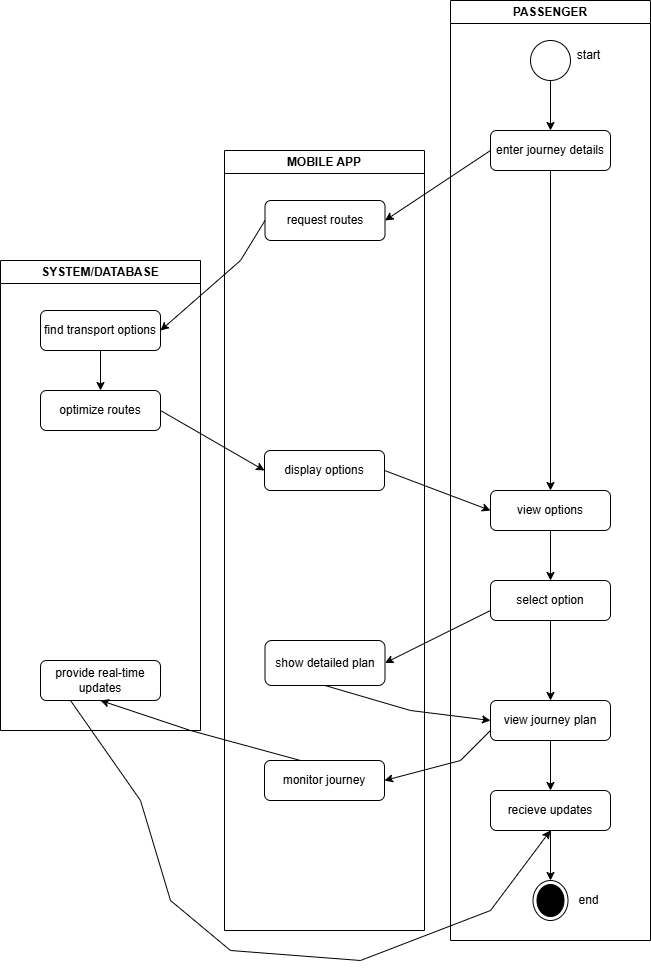
Above: UML Diagrams/Activity Diagrams/scenario8AC.drawio (1).png in inviona/Software-Engineering-Analysis-and-Design-Project (draw.io), before the change. Source tidied: cells renumbered, new cells last; positions are measured from the earlier drawing's top-left corner, leaving out a move shared by most shapes. The source it was exported from:
```xml
<mxGraphModel>
  <root>
    <mxCell id="0" />
    <mxCell id="1" parent="0" />
    <mxCell id="2" value="MOBILE APP" style="swimlane;whiteSpace=wrap;html=1;" parent="1" vertex="1">
      <mxGeometry x="224" y="150" width="200" height="780" as="geometry" />
    </mxCell>
    <mxCell id="3" value="request routes" style="rounded=1;whiteSpace=wrap;html=1;" parent="2" vertex="1">
      <mxGeometry x="40.5" y="50" width="120" height="40" as="geometry" />
    </mxCell>
    <mxCell id="4" value="display options" style="rounded=1;whiteSpace=wrap;html=1;" parent="2" vertex="1">
      <mxGeometry x="40" y="300" width="120" height="40" as="geometry" />
    </mxCell>
    <mxCell id="5" value="show detailed plan" style="rounded=1;whiteSpace=wrap;html=1;" parent="2" vertex="1">
      <mxGeometry x="40.5" y="490" width="120" height="45" as="geometry" />
    </mxCell>
    <mxCell id="6" value="monitor journey" style="rounded=1;whiteSpace=wrap;html=1;" parent="2" vertex="1">
      <mxGeometry x="40" y="610" width="120" height="40" as="geometry" />
    </mxCell>
    <mxCell id="7" value="SYSTEM/DATABASE" style="swimlane;whiteSpace=wrap;html=1;" parent="1" vertex="1">
      <mxGeometry y="260" width="200" height="470" as="geometry" />
    </mxCell>
    <mxCell id="8" style="edgeStyle=orthogonalEdgeStyle;rounded=0;jettySize=auto;html=1;" parent="7" edge="1" source="9" target="10">
      <mxGeometry relative="1" as="geometry" />
    </mxCell>
    <mxCell id="9" value="find transport options" style="rounded=1;whiteSpace=wrap;html=1;" parent="7" vertex="1">
      <mxGeometry x="40" y="50" width="120" height="40" as="geometry" />
    </mxCell>
    <mxCell id="10" value="optimize routes" style="rounded=1;whiteSpace=wrap;html=1;" parent="7" vertex="1">
      <mxGeometry x="40" y="130" width="120" height="40" as="geometry" />
    </mxCell>
    <mxCell id="11" value="provide real-time updates" style="rounded=1;whiteSpace=wrap;html=1;" parent="7" vertex="1">
      <mxGeometry x="40" y="400" width="120" height="40" as="geometry" />
    </mxCell>
    <mxCell id="12" value="PASSENGER" style="swimlane;whiteSpace=wrap;html=1;" parent="1" vertex="1">
      <mxGeometry x="450" width="200" height="940" as="geometry" />
    </mxCell>
    <mxCell id="13" style="edgeStyle=orthogonalEdgeStyle;rounded=0;jettySize=auto;html=1;" parent="12" edge="1" source="14" target="15">
      <mxGeometry relative="1" as="geometry" />
    </mxCell>
    <mxCell id="14" style="ellipse;whiteSpace=wrap;html=1;" parent="12" vertex="1">
      <mxGeometry x="80" y="40" width="40" height="40" as="geometry" />
    </mxCell>
    <mxCell id="15" value="enter journey details" style="rounded=1;whiteSpace=wrap;html=1;" parent="12" vertex="1">
      <mxGeometry x="40" y="130" width="120" height="40" as="geometry" />
    </mxCell>
    <mxCell id="16" style="edgeStyle=orthogonalEdgeStyle;rounded=0;jettySize=auto;html=1;" parent="12" edge="1" source="17" target="19">
      <mxGeometry relative="1" as="geometry" />
    </mxCell>
    <mxCell id="17" value="view options" style="rounded=1;whiteSpace=wrap;html=1;" parent="12" vertex="1">
      <mxGeometry x="40" y="490" width="120" height="40" as="geometry" />
    </mxCell>
    <mxCell id="18" style="edgeStyle=orthogonalEdgeStyle;rounded=0;jettySize=auto;html=1;" parent="12" edge="1" source="19" target="22">
      <mxGeometry relative="1" as="geometry" />
    </mxCell>
    <mxCell id="19" value="select option" style="rounded=1;whiteSpace=wrap;html=1;" parent="12" vertex="1">
      <mxGeometry x="40" y="580" width="120" height="40" as="geometry" />
    </mxCell>
    <mxCell id="20" style="endArrow=classic;html=1;rounded=0;exitX=0.5;exitY=1;exitDx=0;exitDy=0;entryX=0.5;entryY=0;entryDx=0;entryDy=0;" parent="12" edge="1" source="15" target="17">
      <mxGeometry relative="1" as="geometry" />
    </mxCell>
    <mxCell id="21" style="edgeStyle=orthogonalEdgeStyle;rounded=0;jettySize=auto;html=1;" parent="12" edge="1" source="22" target="24">
      <mxGeometry relative="1" as="geometry" />
    </mxCell>
    <mxCell id="22" value="view journey plan" style="rounded=1;whiteSpace=wrap;html=1;" parent="12" vertex="1">
      <mxGeometry x="40" y="700" width="120" height="40" as="geometry" />
    </mxCell>
    <mxCell id="23" style="edgeStyle=orthogonalEdgeStyle;rounded=0;jettySize=auto;html=1;" parent="12" edge="1" source="24" target="25">
      <mxGeometry relative="1" as="geometry" />
    </mxCell>
    <mxCell id="24" value="recieve updates" style="rounded=1;whiteSpace=wrap;html=1;" parent="12" vertex="1">
      <mxGeometry x="40" y="790" width="120" height="40" as="geometry" />
    </mxCell>
    <mxCell id="25" style="ellipse;html=1;shape=endState;fillColor=#000000;strokeColor=#000000;" parent="12" vertex="1">
      <mxGeometry x="82.5" y="880" width="35" height="40" as="geometry" />
    </mxCell>
    <mxCell id="26" value="end" style="text;html=1;align=center;verticalAlign=middle;strokeColor=none;fillColor=none;" parent="12" vertex="1">
      <mxGeometry x="117.5" y="885" width="40" height="30" as="geometry" />
    </mxCell>
    <mxCell id="27" value="start" style="text;html=1;align=center;verticalAlign=middle;strokeColor=none;fillColor=none;" parent="12" vertex="1">
      <mxGeometry x="112.5" y="40" width="50" height="30" as="geometry" />
    </mxCell>
    <mxCell id="28" style="endArrow=classic;html=1;rounded=0;exitX=0;exitY=0.5;exitDx=0;exitDy=0;entryX=1;entryY=0.5;entryDx=0;entryDy=0;" parent="1" edge="1" source="15" target="3">
      <mxGeometry relative="1" as="geometry" />
    </mxCell>
    <mxCell id="29" style="endArrow=classic;html=1;rounded=0;exitX=0;exitY=0.5;exitDx=0;exitDy=0;entryX=1;entryY=0.5;entryDx=0;entryDy=0;" parent="1" edge="1" source="3" target="9">
      <mxGeometry relative="1" as="geometry">
        <Array as="points">
          <mxPoint x="240" y="260" />
        </Array>
      </mxGeometry>
    </mxCell>
    <mxCell id="30" style="endArrow=classic;html=1;rounded=0;exitX=1;exitY=0.5;exitDx=0;exitDy=0;entryX=0;entryY=0.5;entryDx=0;entryDy=0;" parent="1" edge="1" source="10" target="4">
      <mxGeometry relative="1" as="geometry" />
    </mxCell>
    <mxCell id="31" style="endArrow=classic;html=1;rounded=0;exitX=1;exitY=0.5;exitDx=0;exitDy=0;entryX=0;entryY=0.5;entryDx=0;entryDy=0;" parent="1" edge="1" source="4" target="17">
      <mxGeometry relative="1" as="geometry" />
    </mxCell>
    <mxCell id="32" style="endArrow=classic;html=1;rounded=0;entryX=1;entryY=0.5;entryDx=0;entryDy=0;exitX=0;exitY=0.75;exitDx=0;exitDy=0;" parent="1" edge="1" source="19" target="5">
      <mxGeometry relative="1" as="geometry" />
    </mxCell>
    <mxCell id="33" style="endArrow=classic;html=1;rounded=0;entryX=0;entryY=0.5;entryDx=0;entryDy=0;exitX=0.5;exitY=1;exitDx=0;exitDy=0;" parent="1" edge="1" source="5" target="22">
      <mxGeometry relative="1" as="geometry">
        <Array as="points">
          <mxPoint x="410" y="710" />
        </Array>
      </mxGeometry>
    </mxCell>
    <mxCell id="34" style="endArrow=classic;html=1;rounded=0;entryX=0.5;entryY=1;entryDx=0;entryDy=0;" parent="1" edge="1" target="11">
      <mxGeometry relative="1" as="geometry">
        <mxPoint x="300" y="760" as="sourcePoint" />
        <Array as="points">
          <mxPoint x="190" y="730" />
        </Array>
      </mxGeometry>
    </mxCell>
    <mxCell id="35" style="endArrow=classic;html=1;rounded=0;exitX=0;exitY=0.75;exitDx=0;exitDy=0;entryX=1;entryY=0.5;entryDx=0;entryDy=0;" parent="1" edge="1" source="22" target="6">
      <mxGeometry relative="1" as="geometry">
        <Array as="points">
          <mxPoint x="460" y="760" />
        </Array>
      </mxGeometry>
    </mxCell>
    <mxCell id="36" style="endArrow=classic;html=1;rounded=0;exitX=0.25;exitY=1;exitDx=0;exitDy=0;entryX=0.5;entryY=1;entryDx=0;entryDy=0;" parent="1" edge="1" source="11" target="24">
      <mxGeometry relative="1" as="geometry">
        <Array as="points">
          <mxPoint x="140" y="800" />
          <mxPoint x="170" y="900" />
          <mxPoint x="230" y="950" />
          <mxPoint x="360" y="960" />
          <mxPoint x="490" y="910" />
        </Array>
      </mxGeometry>
    </mxCell>
  </root>
</mxGraphModel>
```
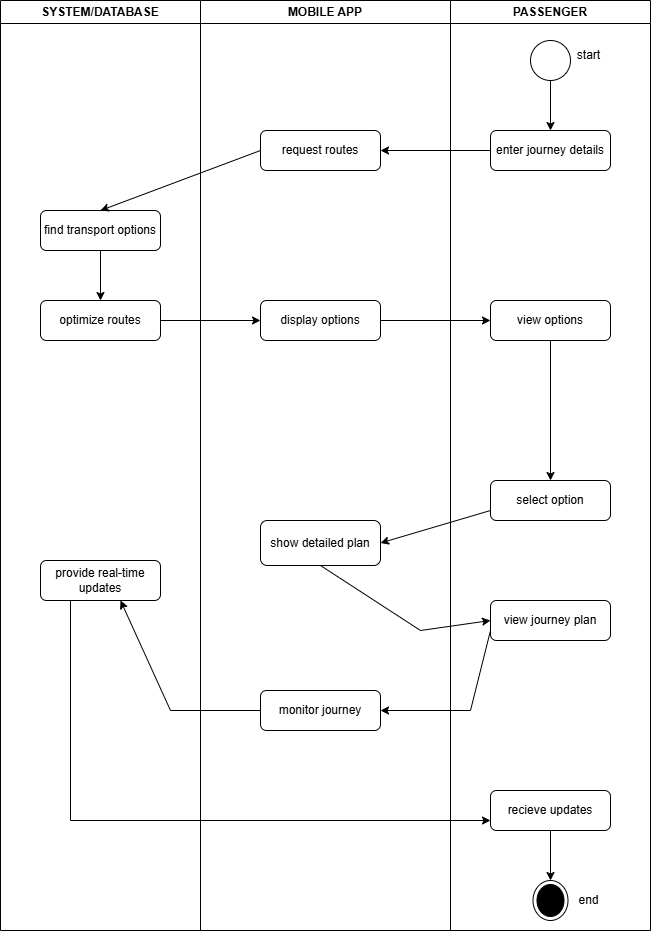
The same diagram one commit later.

Diff of the diagram source:
```diff
@@ -3,37 +3,46 @@
     <mxCell id="0" />
     <mxCell id="1" parent="0" />
     <mxCell id="2" value="MOBILE APP" style="swimlane;whiteSpace=wrap;html=1;" parent="1" vertex="1">
-      <mxGeometry x="224" y="150" width="200" height="780" as="geometry" />
+      <mxGeometry x="200" width="250" height="930" as="geometry" />
     </mxCell>
     <mxCell id="3" value="request routes" style="rounded=1;whiteSpace=wrap;html=1;" parent="2" vertex="1">
-      <mxGeometry x="40.5" y="50" width="120" height="40" as="geometry" />
+      <mxGeometry x="60" y="130" width="120" height="40" as="geometry" />
     </mxCell>
     <mxCell id="4" value="display options" style="rounded=1;whiteSpace=wrap;html=1;" parent="2" vertex="1">
-      <mxGeometry x="40" y="300" width="120" height="40" as="geometry" />
+      <mxGeometry x="60" y="300" width="120" height="40" as="geometry" />
     </mxCell>
     <mxCell id="5" value="show detailed plan" style="rounded=1;whiteSpace=wrap;html=1;" parent="2" vertex="1">
-      <mxGeometry x="40.5" y="490" width="120" height="45" as="geometry" />
+      <mxGeometry x="60" y="520" width="120" height="45" as="geometry" />
     </mxCell>
     <mxCell id="6" value="monitor journey" style="rounded=1;whiteSpace=wrap;html=1;" parent="2" vertex="1">
-      <mxGeometry x="40" y="610" width="120" height="40" as="geometry" />
+      <mxGeometry x="60" y="690" width="120" height="40" as="geometry" />
     </mxCell>
     <mxCell id="7" value="SYSTEM/DATABASE" style="swimlane;whiteSpace=wrap;html=1;" parent="1" vertex="1">
-      <mxGeometry y="260" width="200" height="470" as="geometry" />
+      <mxGeometry width="200" height="930" as="geometry" />
     </mxCell>
     <mxCell id="8" style="edgeStyle=orthogonalEdgeStyle;rounded=0;jettySize=auto;html=1;" parent="7" edge="1" source="9" target="10">
       <mxGeometry relative="1" as="geometry" />
     </mxCell>
     <mxCell id="9" value="find transport options" style="rounded=1;whiteSpace=wrap;html=1;" parent="7" vertex="1">
-      <mxGeometry x="40" y="50" width="120" height="40" as="geometry" />
+      <mxGeometry x="40" y="210" width="120" height="40" as="geometry" />
     </mxCell>
     <mxCell id="10" value="optimize routes" style="rounded=1;whiteSpace=wrap;html=1;" parent="7" vertex="1">
-      <mxGeometry x="40" y="130" width="120" height="40" as="geometry" />
+      <mxGeometry x="40" y="300" width="120" height="40" as="geometry" />
     </mxCell>
     <mxCell id="11" value="provide real-time updates" style="rounded=1;whiteSpace=wrap;html=1;" parent="7" vertex="1">
-      <mxGeometry x="40" y="400" width="120" height="40" as="geometry" />
+      <mxGeometry x="40" y="560" width="120" height="40" as="geometry" />
     </mxCell>
+    <mxCell id="34" style="endArrow=classic;html=1;rounded=0;exitX=0;exitY=0.5;exitDx=0;exitDy=0;" parent="7" edge="1" source="6">
+      <mxGeometry relative="1" as="geometry">
+        <mxPoint x="120" y="600" as="targetPoint" />
+        <Array as="points">
+          <mxPoint x="170" y="710" />
+          <mxPoint x="120" y="600" />
+        </Array>
+      </mxGeometry>
+    </mxCell>
     <mxCell id="12" value="PASSENGER" style="swimlane;whiteSpace=wrap;html=1;" parent="1" vertex="1">
-      <mxGeometry x="450" width="200" height="940" as="geometry" />
+      <mxGeometry x="450" width="200" height="930" as="geometry" />
     </mxCell>
     <mxCell id="13" style="edgeStyle=orthogonalEdgeStyle;rounded=0;jettySize=auto;html=1;" parent="12" edge="1" source="14" target="15">
       <mxGeometry relative="1" as="geometry" />
@@ -48,22 +57,13 @@
       <mxGeometry relative="1" as="geometry" />
     </mxCell>
     <mxCell id="17" value="view options" style="rounded=1;whiteSpace=wrap;html=1;" parent="12" vertex="1">
-      <mxGeometry x="40" y="490" width="120" height="40" as="geometry" />
+      <mxGeometry x="40" y="300" width="120" height="40" as="geometry" />
     </mxCell>
-    <mxCell id="18" style="edgeStyle=orthogonalEdgeStyle;rounded=0;jettySize=auto;html=1;" parent="12" edge="1" source="19" target="22">
-      <mxGeometry relative="1" as="geometry" />
-    </mxCell>
     <mxCell id="19" value="select option" style="rounded=1;whiteSpace=wrap;html=1;" parent="12" vertex="1">
-      <mxGeometry x="40" y="580" width="120" height="40" as="geometry" />
+      <mxGeometry x="40" y="480" width="120" height="40" as="geometry" />
     </mxCell>
-    <mxCell id="20" style="endArrow=classic;html=1;rounded=0;exitX=0.5;exitY=1;exitDx=0;exitDy=0;entryX=0.5;entryY=0;entryDx=0;entryDy=0;" parent="12" edge="1" source="15" target="17">
-      <mxGeometry relative="1" as="geometry" />
-    </mxCell>
-    <mxCell id="21" style="edgeStyle=orthogonalEdgeStyle;rounded=0;jettySize=auto;html=1;" parent="12" edge="1" source="22" target="24">
-      <mxGeometry relative="1" as="geometry" />
-    </mxCell>
     <mxCell id="22" value="view journey plan" style="rounded=1;whiteSpace=wrap;html=1;" parent="12" vertex="1">
-      <mxGeometry x="40" y="700" width="120" height="40" as="geometry" />
+      <mxGeometry x="40" y="600" width="120" height="40" as="geometry" />
     </mxCell>
     <mxCell id="23" style="edgeStyle=orthogonalEdgeStyle;rounded=0;jettySize=auto;html=1;" parent="12" edge="1" source="24" target="25">
       <mxGeometry relative="1" as="geometry" />
@@ -83,13 +83,6 @@
     <mxCell id="28" style="endArrow=classic;html=1;rounded=0;exitX=0;exitY=0.5;exitDx=0;exitDy=0;entryX=1;entryY=0.5;entryDx=0;entryDy=0;" parent="1" edge="1" source="15" target="3">
       <mxGeometry relative="1" as="geometry" />
     </mxCell>
-    <mxCell id="29" style="endArrow=classic;html=1;rounded=0;exitX=0;exitY=0.5;exitDx=0;exitDy=0;entryX=1;entryY=0.5;entryDx=0;entryDy=0;" parent="1" edge="1" source="3" target="9">
-      <mxGeometry relative="1" as="geometry">
-        <Array as="points">
-          <mxPoint x="240" y="260" />
-        </Array>
-      </mxGeometry>
-    </mxCell>
     <mxCell id="30" style="endArrow=classic;html=1;rounded=0;exitX=1;exitY=0.5;exitDx=0;exitDy=0;entryX=0;entryY=0.5;entryDx=0;entryDy=0;" parent="1" edge="1" source="10" target="4">
       <mxGeometry relative="1" as="geometry" />
     </mxCell>
@@ -102,33 +95,24 @@
     <mxCell id="33" style="endArrow=classic;html=1;rounded=0;entryX=0;entryY=0.5;entryDx=0;entryDy=0;exitX=0.5;exitY=1;exitDx=0;exitDy=0;" parent="1" edge="1" source="5" target="22">
       <mxGeometry relative="1" as="geometry">
         <Array as="points">
-          <mxPoint x="410" y="710" />
+          <mxPoint x="420" y="630" />
         </Array>
       </mxGeometry>
     </mxCell>
-    <mxCell id="34" style="endArrow=classic;html=1;rounded=0;entryX=0.5;entryY=1;entryDx=0;entryDy=0;" parent="1" edge="1" target="11">
-      <mxGeometry relative="1" as="geometry">
-        <mxPoint x="300" y="760" as="sourcePoint" />
-        <Array as="points">
-          <mxPoint x="190" y="730" />
-        </Array>
-      </mxGeometry>
-    </mxCell>
     <mxCell id="35" style="endArrow=classic;html=1;rounded=0;exitX=0;exitY=0.75;exitDx=0;exitDy=0;entryX=1;entryY=0.5;entryDx=0;entryDy=0;" parent="1" edge="1" source="22" target="6">
       <mxGeometry relative="1" as="geometry">
         <Array as="points">
-          <mxPoint x="460" y="760" />
+          <mxPoint x="470" y="710" />
         </Array>
       </mxGeometry>
     </mxCell>
+    <mxCell id="29" style="endArrow=classic;html=1;rounded=0;exitX=0;exitY=0.5;exitDx=0;exitDy=0;entryX=0.5;entryY=0;entryDx=0;entryDy=0;" parent="1" edge="1" source="3" target="9">
+      <mxGeometry relative="1" as="geometry" />
+    </mxCell>
-    <mxCell id="36" style="endArrow=classic;html=1;rounded=0;exitX=0.25;exitY=1;exitDx=0;exitDy=0;entryX=0.5;entryY=1;entryDx=0;entryDy=0;" parent="1" edge="1" source="11" target="24">
+    <mxCell id="36" style="endArrow=classic;html=1;rounded=0;entryX=0;entryY=0.75;entryDx=0;entryDy=0;exitX=0.25;exitY=1;exitDx=0;exitDy=0;" parent="1" edge="1" source="11" target="24">
       <mxGeometry relative="1" as="geometry">
         <Array as="points">
-          <mxPoint x="140" y="800" />
-          <mxPoint x="170" y="900" />
-          <mxPoint x="230" y="950" />
-          <mxPoint x="360" y="960" />
-          <mxPoint x="490" y="910" />
+          <mxPoint x="70" y="820" />
         </Array>
       </mxGeometry>
     </mxCell>
```
